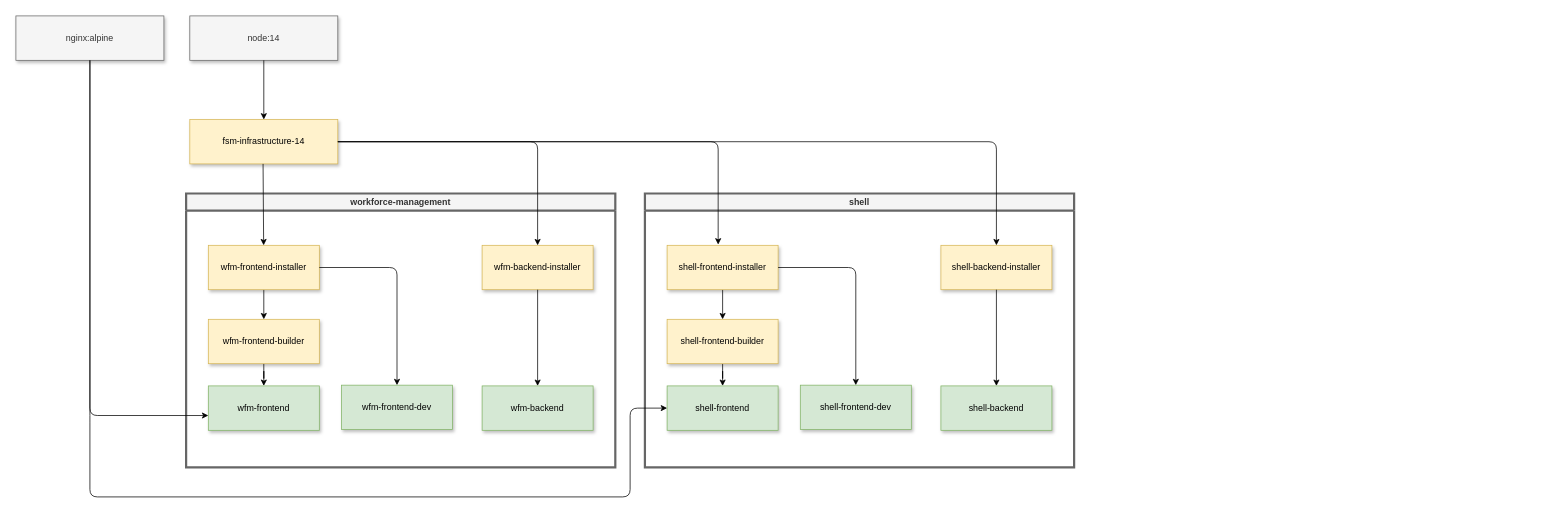
This is Untitled Diagram.drawio from a-savka-sap/docs, a draw.io file, before an edit. Source tidied: cells renumbered, new cells numbered last; positions are measured from the earlier drawing's top-left corner, leaving out a move shared by most shapes. Both pictures are drawn from the tidied source at 74%, with x=0, y=0 at pixel (16, 16).
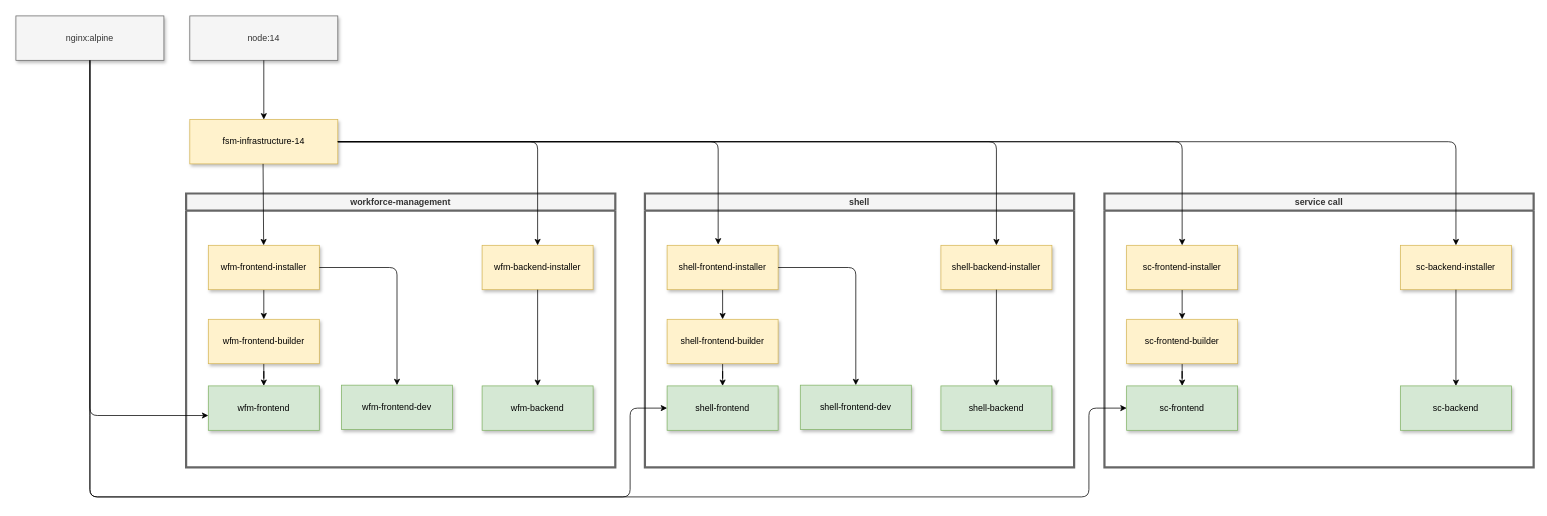
Above is the later version.

The change refers to these unchanged cells:
```xml
<mxCell id="3" value="fsm-infrastructure-14" style="rounded=0;whiteSpace=wrap;html=1;fillColor=#fff2cc;strokeColor=#d6b656;shadow=1;" parent="2" vertex="1">
  <mxGeometry x="5" width="200" height="60" as="geometry" />
</mxCell>
<mxCell id="18" value="nginx:alpine" style="rounded=0;whiteSpace=wrap;html=1;fillColor=#f5f5f5;strokeColor=#666666;fontColor=#333333;shadow=1;" parent="1" vertex="1">
  <mxGeometry width="200" height="60" as="geometry" />
</mxCell>
```

What changed in the source:
```diff
@@
+    <mxCell id="35" value="service call" style="swimlane;rounded=0;fillColor=#f5f5f5;strokeColor=#666666;fontColor=#333333;strokeWidth=3;" parent="1" vertex="1">
+      <mxGeometry x="1471" y="240" width="580" height="370" as="geometry" />
+    </mxCell>
+    <mxCell id="36" style="edgeStyle=orthogonalEdgeStyle;rounded=0;jettySize=auto;html=1;" parent="35" edge="1" source="37" target="39">
+      <mxGeometry relative="1" as="geometry" />
+    </mxCell>
+    <mxCell id="37" value="sc-frontend-installer" style="rounded=0;whiteSpace=wrap;html=1;fillColor=#fff2cc;strokeColor=#d6b656;shadow=1;" parent="35" vertex="1">
+      <mxGeometry x="30" y="70" width="150" height="60" as="geometry" />
+    </mxCell>
+    <mxCell id="38" style="edgeStyle=orthogonalEdgeStyle;rounded=0;jettySize=auto;html=1;" parent="35" edge="1" source="39" target="40">
+      <mxGeometry relative="1" as="geometry" />
+    </mxCell>
+    <mxCell id="39" value="sc-frontend-builder" style="rounded=0;whiteSpace=wrap;html=1;fillColor=#fff2cc;strokeColor=#d6b656;shadow=1;" parent="35" vertex="1">
+      <mxGeometry x="30" y="170" width="150" height="60" as="geometry" />
+    </mxCell>
+    <mxCell id="40" value="sc-frontend" style="rounded=0;whiteSpace=wrap;html=1;fillColor=#d5e8d4;strokeColor=#82b366;shadow=1;" parent="35" vertex="1">
+      <mxGeometry x="30" y="260" width="150" height="60" as="geometry" />
+    </mxCell>
+    <mxCell id="41" value="sc-backend-installer" style="rounded=0;whiteSpace=wrap;html=1;fillColor=#fff2cc;strokeColor=#d6b656;shadow=1;" parent="35" vertex="1">
+      <mxGeometry x="400" y="70" width="150" height="60" as="geometry" />
+    </mxCell>
+    <mxCell id="42" value="sc-backend" style="rounded=0;whiteSpace=wrap;html=1;fillColor=#d5e8d4;strokeColor=#82b366;shadow=1;" parent="35" vertex="1">
+      <mxGeometry x="400" y="260" width="150" height="60" as="geometry" />
+    </mxCell>
+    <mxCell id="43" style="endArrow=classic;html=1;exitX=0.5;exitY=1;exitDx=0;exitDy=0;entryX=0.5;entryY=0;entryDx=0;entryDy=0;" parent="35" edge="1" source="41" target="42">
+      <mxGeometry relative="1" as="geometry" />
+    </mxCell>
+    <mxCell id="44" style="endArrow=classic;html=1;exitX=1;exitY=0.5;exitDx=0;exitDy=0;entryX=0.5;entryY=0;entryDx=0;entryDy=0;" parent="1" edge="1" source="3" target="37">
+      <mxGeometry relative="1" as="geometry">
+        <Array as="points">
+          <mxPoint x="1576" y="170" />
+        </Array>
+      </mxGeometry>
+    </mxCell>
+    <mxCell id="45" style="endArrow=classic;html=1;exitX=1;exitY=0.5;exitDx=0;exitDy=0;entryX=0.5;entryY=0;entryDx=0;entryDy=0;" parent="1" edge="1" source="3" target="41">
+      <mxGeometry relative="1" as="geometry">
+        <Array as="points">
+          <mxPoint x="1946" y="170" />
+        </Array>
+      </mxGeometry>
+    </mxCell>
+    <mxCell id="46" style="endArrow=classic;html=1;entryX=0;entryY=0.5;entryDx=0;entryDy=0;exitX=0.5;exitY=1;exitDx=0;exitDy=0;" parent="1" edge="1" source="18" target="40">
+      <mxGeometry relative="1" as="geometry">
+        <Array as="points">
+          <mxPoint x="100" y="650" />
+          <mxPoint x="1450" y="650" />
+          <mxPoint x="1450" y="530" />
+        </Array>
+      </mxGeometry>
+    </mxCell>
```
